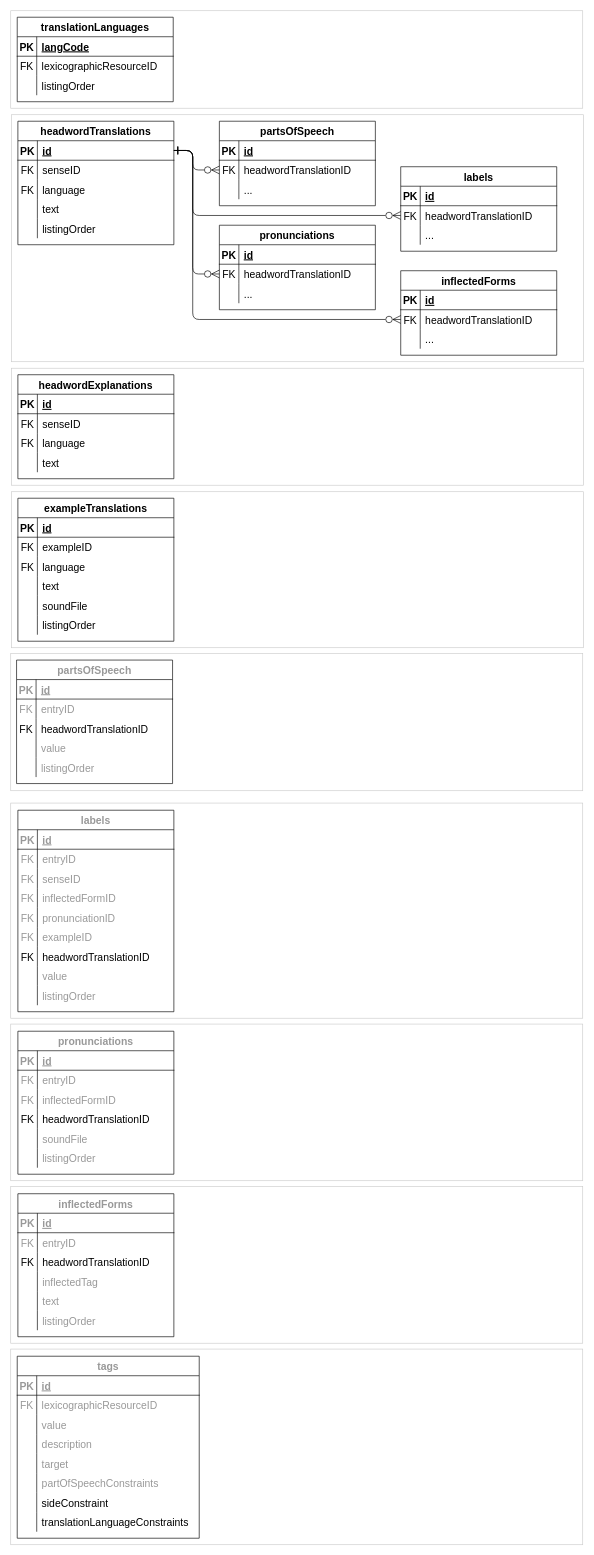
Above: dmlex-v1.0/specification/modules/xlingual/databaseDiagrams/diagrams.drawio in oasis-tcs/lexidma (draw.io), before the change. Source tidied: cells renumbered, new cells numbered last; positions are measured from the earlier drawing's top-left corner, leaving out a move shared by most shapes. Both pictures are drawn from the tidied source at 65%, with x=0, y=0 at pixel (10, 10).
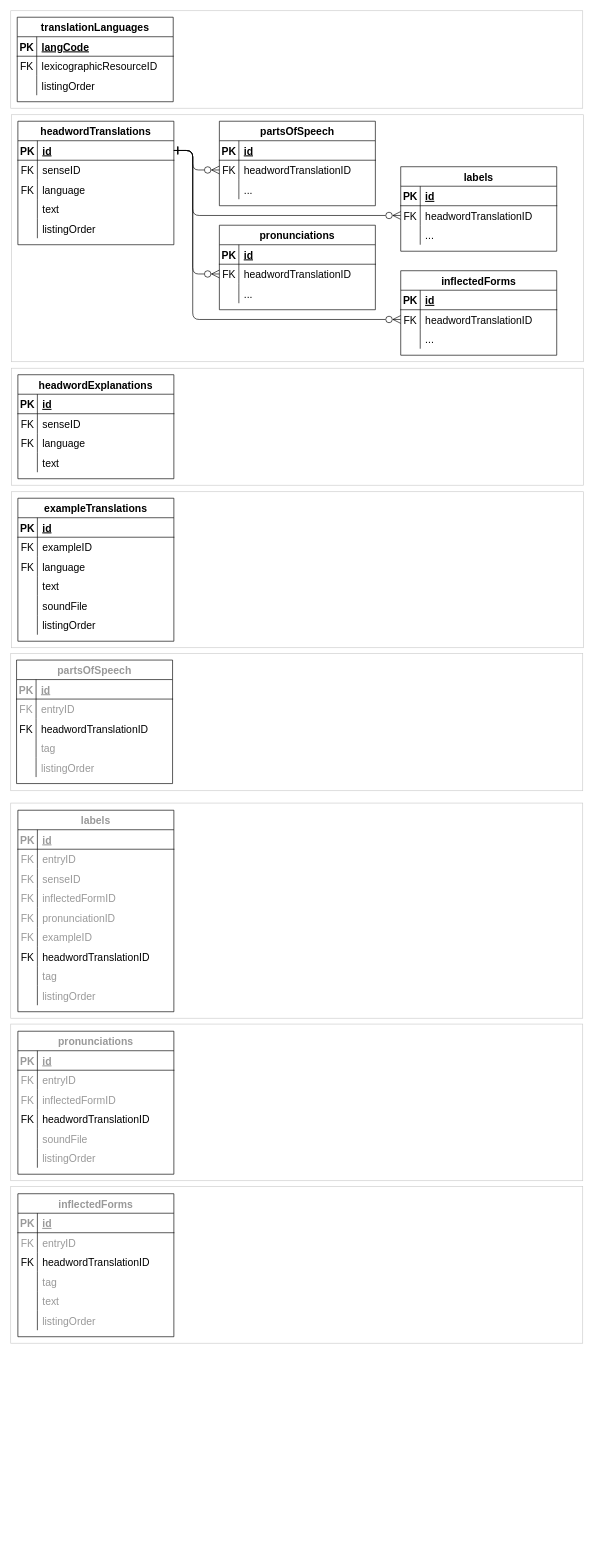
After the change.

The change refers to these unchanged cells:
```xml
<mxCell id="45" style="shape=tableRow;horizontal=0;startSize=0;swimlaneHead=0;swimlaneBody=0;fillColor=none;top=0;left=0;right=0;bottom=0;fontSize=16;" parent="35" vertex="1">
  <mxGeometry y="120" width="240" height="30" as="geometry" />
</mxCell>
<mxCell id="151" style="shape=tableRow;horizontal=0;startSize=0;swimlaneHead=0;swimlaneBody=0;fillColor=none;top=0;left=0;right=0;bottom=0;fontSize=16;fontColor=#999999;" parent="129" vertex="1">
  <mxGeometry y="240" width="240" height="30" as="geometry" />
</mxCell>
<mxCell id="186" style="shape=tableRow;horizontal=0;startSize=0;swimlaneHead=0;swimlaneBody=0;fillColor=none;top=0;left=0;right=0;bottom=0;fontSize=16;fontColor=#999999;" parent="176" vertex="1">
  <mxGeometry y="120" width="240" height="30" as="geometry" />
</mxCell>
```

The edit, as a diff of the source:
```diff
@@
-    <mxCell id="2" style="rounded=0;whiteSpace=wrap;html=1;strokeColor=#CCCCCC;" parent="1" vertex="1">
-      <mxGeometry y="2059" width="880" height="301" as="geometry" />
-    </mxCell>
@@
-    <mxCell id="47" value="value" style="shape=partialRectangle;fillColor=none;top=0;left=0;bottom=0;right=0;align=left;spacingLeft=6;overflow=hidden;fontSize=16;fontColor=#999999;" parent="45" vertex="1">
+    <mxCell id="47" value="tag" style="shape=partialRectangle;fillColor=none;top=0;left=0;bottom=0;right=0;align=left;spacingLeft=6;overflow=hidden;fontSize=16;fontColor=#999999;" parent="45" vertex="1">
       <mxGeometry x="30" width="210" height="30" as="geometry" />
     </mxCell>
@@
-    <mxCell id="153" value="value" style="shape=partialRectangle;fillColor=none;top=0;left=0;bottom=0;right=0;align=left;spacingLeft=6;overflow=hidden;fontSize=16;fontColor=#999999;" parent="151" vertex="1">
+    <mxCell id="153" value="tag" style="shape=partialRectangle;fillColor=none;top=0;left=0;bottom=0;right=0;align=left;spacingLeft=6;overflow=hidden;fontSize=16;fontColor=#999999;" parent="151" vertex="1">
       <mxGeometry x="30" width="210" height="30" as="geometry" />
     </mxCell>
@@
-    <mxCell id="188" value="inflectedTag" style="shape=partialRectangle;fillColor=none;top=0;left=0;bottom=0;right=0;align=left;spacingLeft=6;overflow=hidden;fontSize=16;fontColor=#999999;" parent="186" vertex="1">
+    <mxCell id="188" value="tag" style="shape=partialRectangle;fillColor=none;top=0;left=0;bottom=0;right=0;align=left;spacingLeft=6;overflow=hidden;fontSize=16;fontColor=#999999;" parent="186" vertex="1">
       <mxGeometry x="30" width="210" height="30" as="geometry" />
     </mxCell>
@@
-    <mxCell id="195" value="tags" style="shape=table;startSize=30;childLayout=tableLayout;rowLines=0;fontStyle=1;align=center;fontSize=16;fontColor=#999999;" parent="1" vertex="1">
-      <mxGeometry x="10" y="2070" width="280" height="280" as="geometry" />
-    </mxCell>
-    <mxCell id="196" style="shape=tableRow;horizontal=0;startSize=0;swimlaneHead=0;swimlaneBody=0;fillColor=none;top=0;left=0;right=0;bottom=1;fontSize=16;fontColor=#999999;" parent="195" vertex="1">
-      <mxGeometry y="30" width="280" height="30" as="geometry" />
-    </mxCell>
-    <mxCell id="197" value="PK" style="shape=partialRectangle;fillColor=none;top=0;left=0;bottom=0;right=0;fontStyle=1;overflow=hidden;fontSize=16;fontColor=#999999;" parent="196" vertex="1">
-      <mxGeometry width="30" height="30" as="geometry" />
-    </mxCell>
-    <mxCell id="198" value="id" style="shape=partialRectangle;fillColor=none;top=0;left=0;bottom=0;right=0;align=left;spacingLeft=6;fontStyle=5;overflow=hidden;fontSize=16;fontColor=#999999;" parent="196" vertex="1">
-      <mxGeometry x="30" width="250" height="30" as="geometry" />
-    </mxCell>
-    <mxCell id="199" style="shape=tableRow;horizontal=0;startSize=0;swimlaneHead=0;swimlaneBody=0;fillColor=none;top=0;left=0;right=0;bottom=0;fontSize=16;fontColor=#999999;" parent="195" vertex="1">
-      <mxGeometry y="60" width="280" height="30" as="geometry" />
-    </mxCell>
-    <mxCell id="200" value="FK" style="shape=partialRectangle;fillColor=none;top=0;left=0;bottom=0;right=0;overflow=hidden;fontSize=16;fontColor=#999999;" parent="199" vertex="1">
-      <mxGeometry width="30" height="30" as="geometry" />
-    </mxCell>
-    <mxCell id="201" value="lexicographicResourceID" style="shape=partialRectangle;fillColor=none;top=0;left=0;bottom=0;right=0;align=left;spacingLeft=6;overflow=hidden;fontSize=16;fontColor=#999999;" parent="199" vertex="1">
-      <mxGeometry x="30" width="250" height="30" as="geometry" />
-    </mxCell>
-    <mxCell id="202" style="shape=tableRow;horizontal=0;startSize=0;swimlaneHead=0;swimlaneBody=0;fillColor=none;top=0;left=0;right=0;bottom=0;fontSize=16;fontColor=#999999;" parent="195" vertex="1">
-      <mxGeometry y="90" width="280" height="30" as="geometry" />
-    </mxCell>
-    <mxCell id="203" style="shape=partialRectangle;fillColor=none;top=0;left=0;bottom=0;right=0;overflow=hidden;fontSize=16;fontColor=#999999;" parent="202" vertex="1">
-      <mxGeometry width="30" height="30" as="geometry" />
-    </mxCell>
-    <mxCell id="204" value="value" style="shape=partialRectangle;fillColor=none;top=0;left=0;bottom=0;right=0;align=left;spacingLeft=6;overflow=hidden;fontSize=16;fontColor=#999999;" parent="202" vertex="1">
-      <mxGeometry x="30" width="250" height="30" as="geometry" />
-    </mxCell>
-    <mxCell id="205" style="shape=tableRow;horizontal=0;startSize=0;swimlaneHead=0;swimlaneBody=0;fillColor=none;top=0;left=0;right=0;bottom=0;fontSize=16;fontColor=#999999;" parent="195" vertex="1">
-      <mxGeometry y="120" width="280" height="30" as="geometry" />
-    </mxCell>
-    <mxCell id="206" style="shape=partialRectangle;fillColor=none;top=0;left=0;bottom=0;right=0;overflow=hidden;fontSize=16;fontColor=#999999;" parent="205" vertex="1">
-      <mxGeometry width="30" height="30" as="geometry" />
-    </mxCell>
-    <mxCell id="207" value="description" style="shape=partialRectangle;fillColor=none;top=0;left=0;bottom=0;right=0;align=left;spacingLeft=6;overflow=hidden;fontSize=16;fontColor=#999999;" parent="205" vertex="1">
-      <mxGeometry x="30" width="250" height="30" as="geometry" />
-    </mxCell>
-    <mxCell id="208" style="shape=tableRow;horizontal=0;startSize=0;swimlaneHead=0;swimlaneBody=0;fillColor=none;top=0;left=0;right=0;bottom=0;fontSize=16;fontColor=#999999;" parent="195" vertex="1">
-      <mxGeometry y="150" width="280" height="30" as="geometry" />
-    </mxCell>
-    <mxCell id="209" style="shape=partialRectangle;fillColor=none;top=0;left=0;bottom=0;right=0;overflow=hidden;fontSize=16;fontColor=#999999;" parent="208" vertex="1">
-      <mxGeometry width="30" height="30" as="geometry" />
-    </mxCell>
-    <mxCell id="210" value="target" style="shape=partialRectangle;fillColor=none;top=0;left=0;bottom=0;right=0;align=left;spacingLeft=6;overflow=hidden;fontSize=16;fontColor=#999999;" parent="208" vertex="1">
-      <mxGeometry x="30" width="250" height="30" as="geometry" />
-    </mxCell>
-    <mxCell id="211" style="shape=tableRow;horizontal=0;startSize=0;swimlaneHead=0;swimlaneBody=0;fillColor=none;top=0;left=0;right=0;bottom=0;fontSize=16;fontColor=#999999;" parent="195" vertex="1">
-      <mxGeometry y="180" width="280" height="30" as="geometry" />
-    </mxCell>
-    <mxCell id="212" style="shape=partialRectangle;fillColor=none;top=0;left=0;bottom=0;right=0;overflow=hidden;fontSize=16;fontColor=#999999;" parent="211" vertex="1">
-      <mxGeometry width="30" height="30" as="geometry" />
-    </mxCell>
-    <mxCell id="213" value="partOfSpeechConstraints" style="shape=partialRectangle;fillColor=none;top=0;left=0;bottom=0;right=0;align=left;spacingLeft=6;overflow=hidden;fontSize=16;fontColor=#999999;" parent="211" vertex="1">
-      <mxGeometry x="30" width="250" height="30" as="geometry" />
-    </mxCell>
-    <mxCell id="214" style="shape=tableRow;horizontal=0;startSize=0;swimlaneHead=0;swimlaneBody=0;fillColor=none;top=0;left=0;right=0;bottom=0;fontSize=16;" parent="195" vertex="1">
-      <mxGeometry y="210" width="280" height="30" as="geometry" />
-    </mxCell>
-    <mxCell id="215" style="shape=partialRectangle;fillColor=none;top=0;left=0;bottom=0;right=0;overflow=hidden;fontSize=16;" parent="214" vertex="1">
-      <mxGeometry width="30" height="30" as="geometry" />
-    </mxCell>
-    <mxCell id="216" value="sideConstraint" style="shape=partialRectangle;fillColor=none;top=0;left=0;bottom=0;right=0;align=left;spacingLeft=6;overflow=hidden;fontSize=16;" parent="214" vertex="1">
-      <mxGeometry x="30" width="250" height="30" as="geometry" />
-    </mxCell>
-    <mxCell id="217" style="shape=tableRow;horizontal=0;startSize=0;swimlaneHead=0;swimlaneBody=0;fillColor=none;top=0;left=0;right=0;bottom=0;fontSize=16;" parent="195" vertex="1">
-      <mxGeometry y="240" width="280" height="30" as="geometry" />
-    </mxCell>
-    <mxCell id="218" style="shape=partialRectangle;fillColor=none;top=0;left=0;bottom=0;right=0;overflow=hidden;fontSize=16;" parent="217" vertex="1">
-      <mxGeometry width="30" height="30" as="geometry" />
-    </mxCell>
-    <mxCell id="219" value="translationLanguageConstraints" style="shape=partialRectangle;fillColor=none;top=0;left=0;bottom=0;right=0;align=left;spacingLeft=6;overflow=hidden;fontSize=16;" parent="217" vertex="1">
-      <mxGeometry x="30" width="250" height="30" as="geometry" />
-    </mxCell>
```
